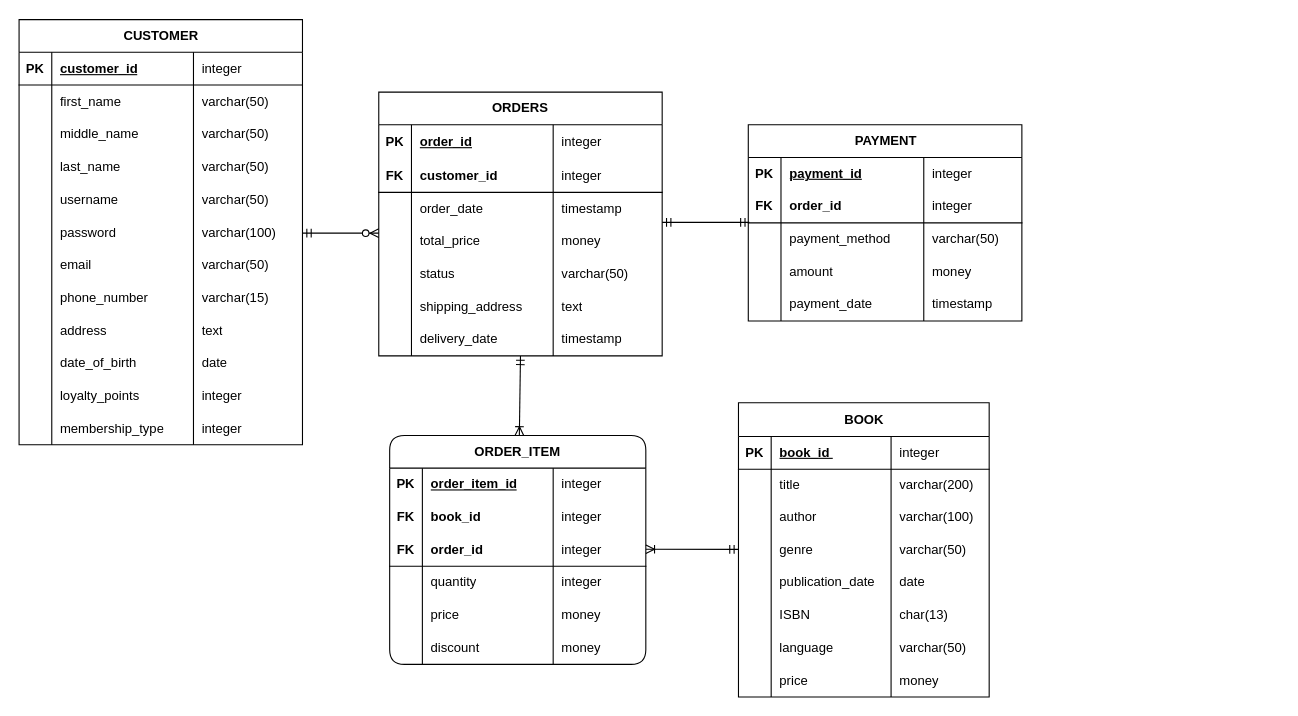
This is page "Page-5" (5 of 5) of diagram/diagram.drawio from sirithatthamrong/Kinakuniyo-Bookstore-Database, a draw.io file, before an edit. Source tidied: cells renumbered, new cells numbered last; positions are measured from the earlier drawing's top-left corner, leaving out a move shared by most shapes. Both pictures are drawn from the tidied source at 109%, with x=0, y=0 at pixel (19, 20).
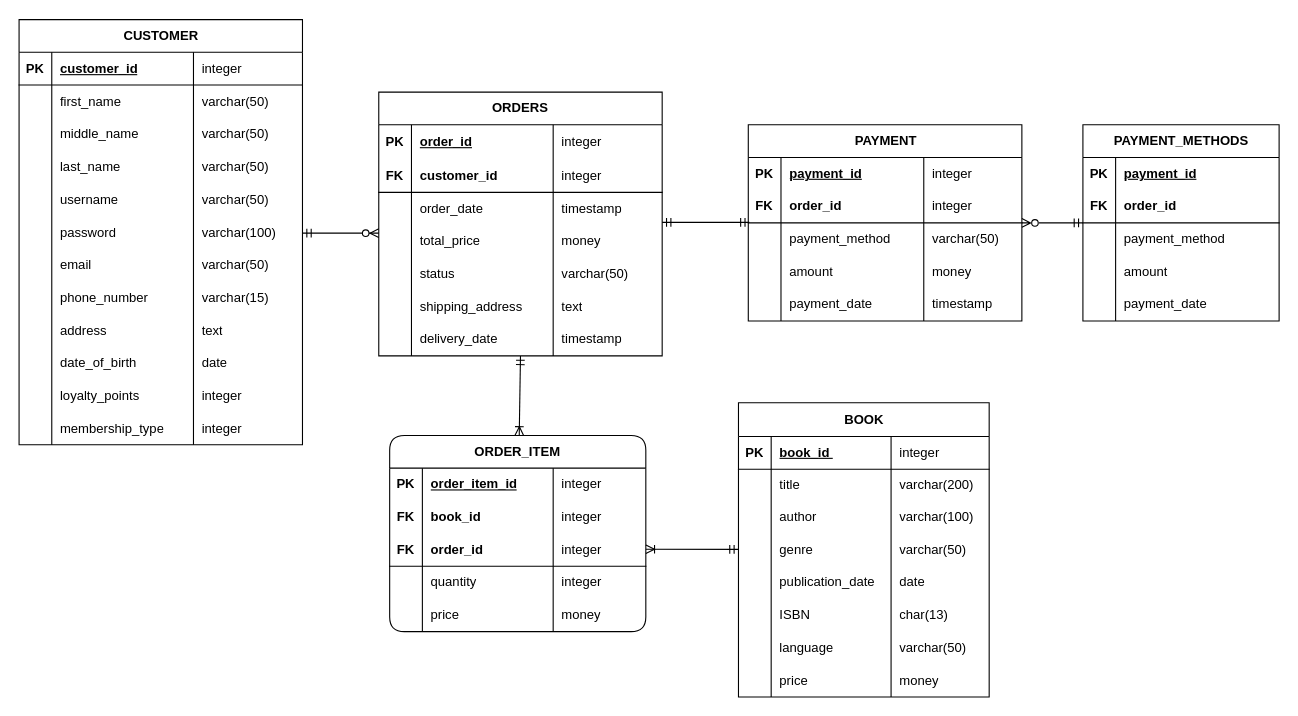
After the change.

Unchanged cells that the change refers to:
```xml
<mxCell id="32" value="PAYMENT" style="shape=table;startSize=30;childLayout=tableLayout;rowLines=0;fontStyle=1;align=center;html=1;" parent="1" vertex="1">
  <mxGeometry x="669" y="96" width="251" height="180" as="geometry" />
</mxCell>
```

The edit, as a diff of the source:
```diff
@@
+    <mxCell id="163" style="edgeStyle=orthogonalEdgeStyle;rounded=0;jettySize=auto;html=1;startArrow=ERzeroToMany;startFill=0;endArrow=ERmandOne;endFill=0;" parent="1" edge="1" source="32" target="164">
+      <mxGeometry relative="1" as="geometry" />
+    </mxCell>
@@
     <mxCell id="54" value="ORDER_ITEM" style="shape=table;startSize=30;childLayout=tableLayout;rowLines=0;fontStyle=1;align=center;html=1;whiteSpace=wrap;rounded=1;swimlaneLine=1;" parent="1" vertex="1">
-      <mxGeometry x="340" y="381" width="235" height="210" as="geometry" />
+      <mxGeometry x="340" y="381" width="235" height="180" as="geometry" />
     </mxCell>
@@
-    <mxCell id="75" style="shape=tableRow;horizontal=0;startSize=0;swimlaneHead=0;swimlaneBody=0;fillColor=none;top=0;left=0;right=0;bottom=0;html=1;" parent="54" vertex="1">
-      <mxGeometry y="180" width="235" height="30" as="geometry" />
-    </mxCell>
-    <mxCell id="76" style="shape=partialRectangle;fillColor=none;top=0;left=0;bottom=0;right=0;overflow=hidden;html=1;whiteSpace=wrap;" parent="75" vertex="1">
-      <mxGeometry width="30" height="30" as="geometry" />
-    </mxCell>
-    <mxCell id="77" value="discount" style="shape=partialRectangle;fillColor=none;top=0;left=0;bottom=0;right=0;align=left;spacingLeft=6;overflow=hidden;html=1;whiteSpace=wrap;" parent="75" vertex="1">
-      <mxGeometry x="30" width="120" height="30" as="geometry" />
-    </mxCell>
-    <mxCell id="78" value="money" style="shape=partialRectangle;fillColor=none;top=0;left=0;bottom=0;right=0;align=left;spacingLeft=6;overflow=hidden;html=1;whiteSpace=wrap;" parent="75" vertex="1">
-      <mxGeometry x="150" width="85" height="30" as="geometry" />
-    </mxCell>
@@
+    <mxCell id="164" value="PAYMENT_METHODS" style="shape=table;startSize=30;childLayout=tableLayout;rowLines=0;fontStyle=1;align=center;html=1;" parent="1" vertex="1">
+      <mxGeometry x="976" y="96" width="180" height="180" as="geometry" />
+    </mxCell>
+    <mxCell id="165" style="shape=tableRow;horizontal=0;startSize=0;swimlaneHead=0;swimlaneBody=0;fillColor=none;top=0;left=0;right=0;bottom=0;fontStyle=1;" parent="164" vertex="1">
+      <mxGeometry y="30" width="180" height="30" as="geometry" />
+    </mxCell>
+    <mxCell id="166" value="&lt;b&gt;PK&lt;/b&gt;" style="shape=partialRectangle;fillColor=none;top=0;left=0;bottom=0;right=0;overflow=hidden;whiteSpace=wrap;html=1;" parent="165" vertex="1">
+      <mxGeometry width="30" height="30" as="geometry" />
+    </mxCell>
+    <mxCell id="167" value="&lt;b&gt;&lt;u&gt;payment_id&lt;/u&gt;&lt;/b&gt;" style="shape=partialRectangle;fillColor=none;top=0;left=0;bottom=0;right=0;align=left;spacingLeft=6;overflow=hidden;whiteSpace=wrap;html=1;" parent="165" vertex="1">
+      <mxGeometry x="30" width="150" height="30" as="geometry" />
+    </mxCell>
+    <mxCell id="168" style="shape=tableRow;horizontal=0;startSize=0;swimlaneHead=0;swimlaneBody=0;fillColor=none;top=0;left=0;right=0;bottom=1;" parent="164" vertex="1">
+      <mxGeometry y="60" width="180" height="30" as="geometry" />
+    </mxCell>
+    <mxCell id="169" value="FK" style="shape=partialRectangle;fillColor=none;top=0;left=0;bottom=0;right=0;fontStyle=1;overflow=hidden;whiteSpace=wrap;html=1;" parent="168" vertex="1">
+      <mxGeometry width="30" height="30" as="geometry" />
+    </mxCell>
+    <mxCell id="170" value="order_id" style="shape=partialRectangle;fillColor=none;top=0;left=0;bottom=0;right=0;align=left;spacingLeft=6;fontStyle=1;overflow=hidden;whiteSpace=wrap;html=1;" parent="168" vertex="1">
+      <mxGeometry x="30" width="150" height="30" as="geometry" />
+    </mxCell>
+    <mxCell id="171" style="shape=tableRow;horizontal=0;startSize=0;swimlaneHead=0;swimlaneBody=0;fillColor=none;top=0;left=0;right=0;bottom=0;" parent="164" vertex="1">
+      <mxGeometry y="90" width="180" height="30" as="geometry" />
+    </mxCell>
+    <mxCell id="172" style="shape=partialRectangle;fillColor=none;top=0;left=0;bottom=0;right=0;overflow=hidden;whiteSpace=wrap;html=1;" parent="171" vertex="1">
+      <mxGeometry width="30" height="30" as="geometry" />
+    </mxCell>
+    <mxCell id="173" value="payment_method" style="shape=partialRectangle;fillColor=none;top=0;left=0;bottom=0;right=0;align=left;spacingLeft=6;overflow=hidden;whiteSpace=wrap;html=1;" parent="171" vertex="1">
+      <mxGeometry x="30" width="150" height="30" as="geometry" />
+    </mxCell>
+    <mxCell id="174" style="shape=tableRow;horizontal=0;startSize=0;swimlaneHead=0;swimlaneBody=0;fillColor=none;top=0;left=0;right=0;bottom=0;" parent="164" vertex="1">
+      <mxGeometry y="120" width="180" height="30" as="geometry" />
+    </mxCell>
+    <mxCell id="175" style="shape=partialRectangle;fillColor=none;top=0;left=0;bottom=0;right=0;overflow=hidden;whiteSpace=wrap;html=1;" parent="174" vertex="1">
+      <mxGeometry width="30" height="30" as="geometry" />
+    </mxCell>
+    <mxCell id="176" value="amount" style="shape=partialRectangle;fillColor=none;top=0;left=0;bottom=0;right=0;align=left;spacingLeft=6;overflow=hidden;whiteSpace=wrap;html=1;" parent="174" vertex="1">
+      <mxGeometry x="30" width="150" height="30" as="geometry" />
+    </mxCell>
+    <mxCell id="177" style="shape=tableRow;horizontal=0;startSize=0;swimlaneHead=0;swimlaneBody=0;fillColor=none;top=0;left=0;right=0;bottom=0;" parent="164" vertex="1">
+      <mxGeometry y="150" width="180" height="30" as="geometry" />
+    </mxCell>
+    <mxCell id="178" style="shape=partialRectangle;fillColor=none;top=0;left=0;bottom=0;right=0;overflow=hidden;whiteSpace=wrap;html=1;" parent="177" vertex="1">
+      <mxGeometry width="30" height="30" as="geometry" />
+    </mxCell>
+    <mxCell id="179" value="payment_date" style="shape=partialRectangle;fillColor=none;top=0;left=0;bottom=0;right=0;align=left;spacingLeft=6;overflow=hidden;whiteSpace=wrap;html=1;" parent="177" vertex="1">
+      <mxGeometry x="30" width="150" height="30" as="geometry" />
+    </mxCell>
```
